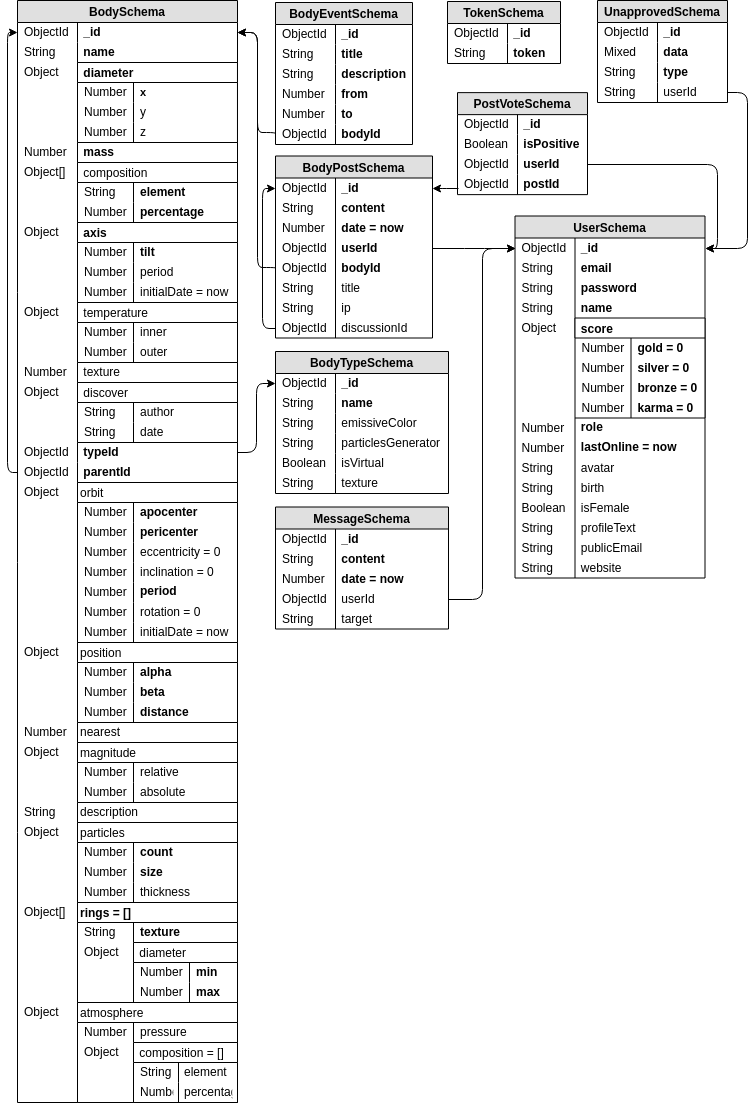
Before: docs/Images/DB.png, a diagram exported from draw.io (michalstruna/universis). Source tidied: cells renumbered, new cells last; positions are measured from the earlier drawing's top-left corner, leaving out a move shared by most shapes.
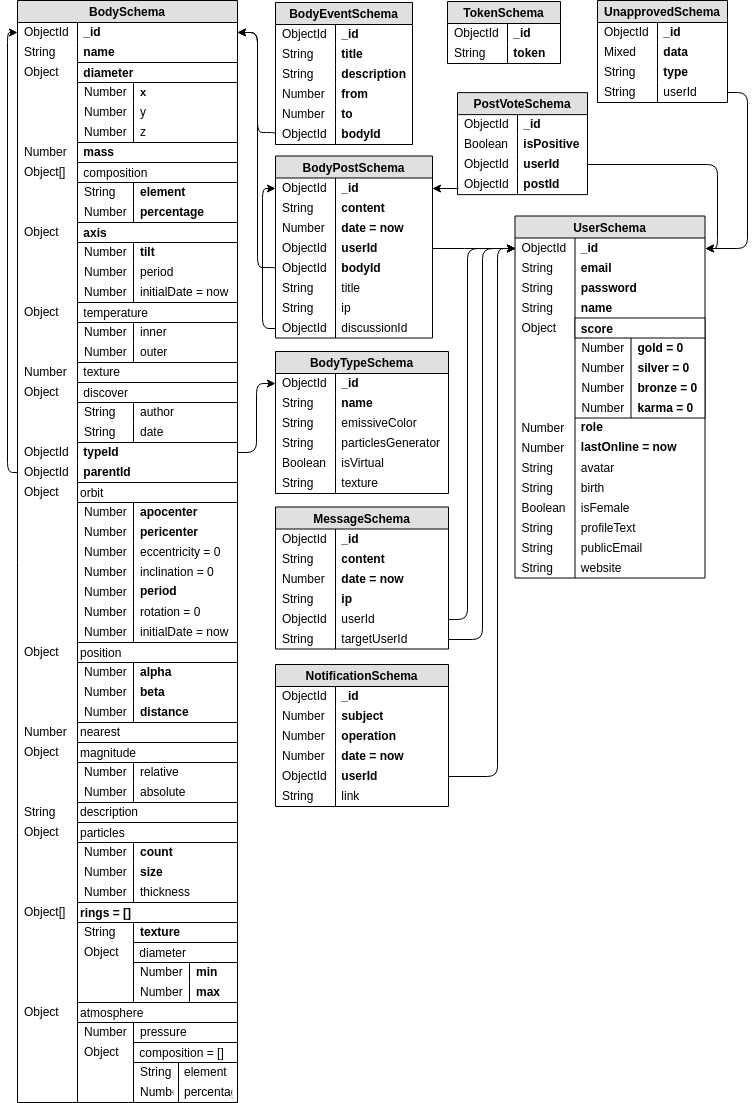
Above is the later version.

What changed in the source:
```diff
@@ -680,7 +680,7 @@
       </mxGeometry>
     </mxCell>
     <mxCell id="221" value="MessageSchema" style="swimlane;fontStyle=1;horizontal=1;startSize=22;fillColor=#e0e0e0;swimlaneFillColor=#ffffff;align=center;fontSize=12;verticalAlign=middle;spacing=2;" parent="1" vertex="1">
-      <mxGeometry x="268" y="506.5" width="173" height="122" as="geometry" />
+      <mxGeometry x="268" y="506.5" width="173" height="142" as="geometry" />
     </mxCell>
     <mxCell id="222" value=" _id" style="shape=partialRectangle;top=0;left=0;right=0;bottom=0;align=left;verticalAlign=middle;fillColor=none;spacingLeft=60;spacingRight=4;overflow=hidden;fontSize=12;fontStyle=1;spacing=2;" parent="221" vertex="1">
       <mxGeometry y="22" width="173" height="20" as="geometry" />
@@ -700,20 +700,30 @@
     <mxCell id="227" value="Number" style="shape=partialRectangle;fontStyle=0;top=0;left=0;bottom=0;fillColor=none;align=left;verticalAlign=middle;spacingLeft=4;spacingRight=4;overflow=hidden;fontSize=12;spacing=2;" parent="226" vertex="1">
       <mxGeometry width="60" height="20" as="geometry" />
     </mxCell>
+    <mxCell id="247" value=" ip" style="shape=partialRectangle;top=0;left=0;right=0;bottom=0;align=left;verticalAlign=middle;fillColor=none;spacingLeft=60;spacingRight=4;overflow=hidden;fontSize=12;spacing=2;fontStyle=1;" parent="221" vertex="1">
+      <mxGeometry y="82" width="173" height="20" as="geometry" />
+    </mxCell>
+    <mxCell id="248" value="String" style="shape=partialRectangle;fontStyle=0;top=0;left=0;bottom=0;fillColor=none;align=left;verticalAlign=middle;spacingLeft=4;spacingRight=4;overflow=hidden;fontSize=12;spacing=2;" parent="247" vertex="1">
+      <mxGeometry width="60" height="20" as="geometry" />
+    </mxCell>
     <mxCell id="228" value=" userId" style="shape=partialRectangle;top=0;left=0;right=0;bottom=0;align=left;verticalAlign=middle;fillColor=none;spacingLeft=60;spacingRight=4;overflow=hidden;points=[[0,0.5],[1,0.5]];portConstraint=eastwest;fontSize=12;fontStyle=0;spacing=2;" parent="221" vertex="1">
-      <mxGeometry y="82" width="173" height="20" as="geometry" />
+      <mxGeometry y="102" width="173" height="20" as="geometry" />
     </mxCell>
     <mxCell id="229" value="ObjectId" style="shape=partialRectangle;fontStyle=0;top=0;left=0;bottom=0;fillColor=none;align=left;verticalAlign=middle;spacingLeft=4;spacingRight=4;overflow=hidden;fontSize=12;spacing=2;" parent="228" vertex="1">
       <mxGeometry width="60" height="20" as="geometry" />
     </mxCell>
-    <mxCell id="230" value=" target" style="shape=partialRectangle;top=0;left=0;right=0;bottom=0;align=left;verticalAlign=middle;fillColor=none;spacingLeft=60;spacingRight=4;overflow=hidden;points=[[0,0.5],[1,0.5]];portConstraint=eastwest;fontSize=12;spacing=2;fontStyle=0;flipH=1;" parent="221" vertex="1">
-      <mxGeometry y="102" width="173" height="20" as="geometry" />
+    <mxCell id="230" value=" targetUserId" style="shape=partialRectangle;top=0;left=0;right=0;bottom=0;align=left;verticalAlign=middle;fillColor=none;spacingLeft=60;spacingRight=4;overflow=hidden;points=[[0,0.5],[1,0.5]];portConstraint=eastwest;fontSize=12;spacing=2;fontStyle=0;flipH=1;" parent="221" vertex="1">
+      <mxGeometry y="122" width="173" height="20" as="geometry" />
     </mxCell>
     <mxCell id="231" value="String" style="shape=partialRectangle;fontStyle=0;top=0;left=0;bottom=0;fillColor=none;align=left;verticalAlign=middle;spacingLeft=4;spacingRight=4;overflow=hidden;fontSize=12;spacing=2;" parent="230" vertex="1">
       <mxGeometry width="60" height="20" as="geometry" />
     </mxCell>
     <mxCell id="232" style="edgeStyle=elbowEdgeStyle;elbow=horizontal;endArrow=classic;html=1;fontSize=12;exitX=1;exitY=0.5;exitDx=0;exitDy=0;entryX=0;entryY=0.5;entryDx=0;entryDy=0;" parent="1" edge="1" source="228" target="179">
-      <mxGeometry relative="1" as="geometry" />
+      <mxGeometry relative="1" as="geometry">
+        <Array as="points">
+          <mxPoint x="460" y="420" />
+        </Array>
+      </mxGeometry>
     </mxCell>
     <mxCell id="233" value="UnapprovedSchema" style="swimlane;fontStyle=1;horizontal=1;startSize=22;fillColor=#e0e0e0;swimlaneFillColor=#ffffff;align=center;fontSize=12;verticalAlign=middle;spacing=2;" parent="1" vertex="1">
       <mxGeometry x="590" width="130" height="102" as="geometry" />
@@ -765,5 +775,54 @@
     <mxCell id="246" style="edgeStyle=elbowEdgeStyle;elbow=horizontal;endArrow=classic;html=1;exitX=1;exitY=0.5;exitDx=0;exitDy=0;entryX=0;entryY=0.5;entryDx=0;entryDy=0;" parent="1" edge="1" source="50" target="126">
       <mxGeometry relative="1" as="geometry" />
     </mxCell>
+    <mxCell id="249" value="NotificationSchema" style="swimlane;fontStyle=1;horizontal=1;startSize=22;fillColor=#e0e0e0;swimlaneFillColor=#ffffff;align=center;fontSize=12;verticalAlign=middle;spacing=2;" parent="1" vertex="1">
+      <mxGeometry x="268" y="664" width="173" height="142" as="geometry" />
+    </mxCell>
+    <mxCell id="250" value=" _id" style="shape=partialRectangle;top=0;left=0;right=0;bottom=0;align=left;verticalAlign=middle;fillColor=none;spacingLeft=60;spacingRight=4;overflow=hidden;fontSize=12;fontStyle=1;spacing=2;" parent="249" vertex="1">
+      <mxGeometry y="22" width="173" height="20" as="geometry" />
+    </mxCell>
+    <mxCell id="251" value="ObjectId" style="shape=partialRectangle;fontStyle=0;top=0;left=0;bottom=0;fillColor=none;align=left;verticalAlign=middle;spacingLeft=4;spacingRight=4;overflow=hidden;fontSize=12;spacing=2;" parent="250" vertex="1">
+      <mxGeometry width="60" height="20" as="geometry" />
+    </mxCell>
+    <mxCell id="252" value=" subject" style="shape=partialRectangle;top=0;left=0;right=0;bottom=0;align=left;verticalAlign=middle;fillColor=none;spacingLeft=60;spacingRight=4;overflow=hidden;fontSize=12;fontStyle=1;spacing=2;" parent="249" vertex="1">
+      <mxGeometry y="42" width="173" height="20" as="geometry" />
+    </mxCell>
+    <mxCell id="253" value="Number" style="shape=partialRectangle;fontStyle=0;top=0;left=0;bottom=0;fillColor=none;align=left;verticalAlign=middle;spacingLeft=4;spacingRight=4;overflow=hidden;fontSize=12;spacing=2;" parent="252" vertex="1">
+      <mxGeometry width="60" height="20" as="geometry" />
+    </mxCell>
+    <mxCell id="254" value=" operation" style="shape=partialRectangle;top=0;left=0;right=0;bottom=0;align=left;verticalAlign=middle;fillColor=none;spacingLeft=60;spacingRight=4;overflow=hidden;fontSize=12;spacing=2;fontStyle=1;flipH=1;" parent="249" vertex="1">
+      <mxGeometry y="62" width="173" height="20" as="geometry" />
+    </mxCell>
+    <mxCell id="255" value="Number" style="shape=partialRectangle;fontStyle=0;top=0;left=0;bottom=0;fillColor=none;align=left;verticalAlign=middle;spacingLeft=4;spacingRight=4;overflow=hidden;fontSize=12;spacing=2;" parent="254" vertex="1">
+      <mxGeometry width="60" height="20" as="geometry" />
+    </mxCell>
+    <mxCell id="256" value=" date = now" style="shape=partialRectangle;top=0;left=0;right=0;bottom=0;align=left;verticalAlign=middle;fillColor=none;spacingLeft=60;spacingRight=4;overflow=hidden;fontSize=12;spacing=2;fontStyle=1;flipH=1;" parent="249" vertex="1">
+      <mxGeometry y="82" width="173" height="20" as="geometry" />
+    </mxCell>
+    <mxCell id="257" value="Number" style="shape=partialRectangle;fontStyle=0;top=0;left=0;bottom=0;fillColor=none;align=left;verticalAlign=middle;spacingLeft=4;spacingRight=4;overflow=hidden;fontSize=12;spacing=2;" parent="256" vertex="1">
+      <mxGeometry width="60" height="20" as="geometry" />
+    </mxCell>
+    <mxCell id="258" value=" userId" style="shape=partialRectangle;top=0;left=0;right=0;bottom=0;align=left;verticalAlign=middle;fillColor=none;spacingLeft=60;spacingRight=4;overflow=hidden;points=[[0,0.5],[1,0.5]];portConstraint=eastwest;fontSize=12;spacing=2;fontStyle=1;flipH=1;" parent="249" vertex="1">
+      <mxGeometry y="102" width="173" height="20" as="geometry" />
+    </mxCell>
+    <mxCell id="259" value="ObjectId" style="shape=partialRectangle;fontStyle=0;top=0;left=0;bottom=0;fillColor=none;align=left;verticalAlign=middle;spacingLeft=4;spacingRight=4;overflow=hidden;fontSize=12;spacing=2;" parent="258" vertex="1">
+      <mxGeometry width="60" height="20" as="geometry" />
+    </mxCell>
+    <mxCell id="260" value=" link" style="shape=partialRectangle;top=0;left=0;right=0;bottom=0;align=left;verticalAlign=middle;fillColor=none;spacingLeft=60;spacingRight=4;overflow=hidden;fontSize=12;spacing=2;fontStyle=0;flipH=1;" parent="249" vertex="1">
+      <mxGeometry y="122" width="173" height="20" as="geometry" />
+    </mxCell>
+    <mxCell id="261" value="String" style="shape=partialRectangle;fontStyle=0;top=0;left=0;bottom=0;fillColor=none;align=left;verticalAlign=middle;spacingLeft=4;spacingRight=4;overflow=hidden;fontSize=12;spacing=2;" parent="260" vertex="1">
+      <mxGeometry width="60" height="20" as="geometry" />
+    </mxCell>
+    <mxCell id="262" style="edgeStyle=elbowEdgeStyle;elbow=horizontal;endArrow=classic;html=1;fontSize=12;entryX=0;entryY=0.5;entryDx=0;entryDy=0;exitX=1;exitY=0.5;exitDx=0;exitDy=0;" parent="1" edge="1" source="258" target="179">
+      <mxGeometry relative="1" as="geometry">
+        <Array as="points">
+          <mxPoint x="490" y="520" />
+        </Array>
+      </mxGeometry>
+    </mxCell>
+    <mxCell id="263" style="edgeStyle=elbowEdgeStyle;elbow=horizontal;endArrow=classic;html=1;fontSize=12;exitX=1;exitY=0.5;exitDx=0;exitDy=0;entryX=0;entryY=0.5;entryDx=0;entryDy=0;" parent="1" edge="1" source="230" target="179">
+      <mxGeometry relative="1" as="geometry" />
+    </mxCell>
   </root>
 </mxGraphModel>
```
